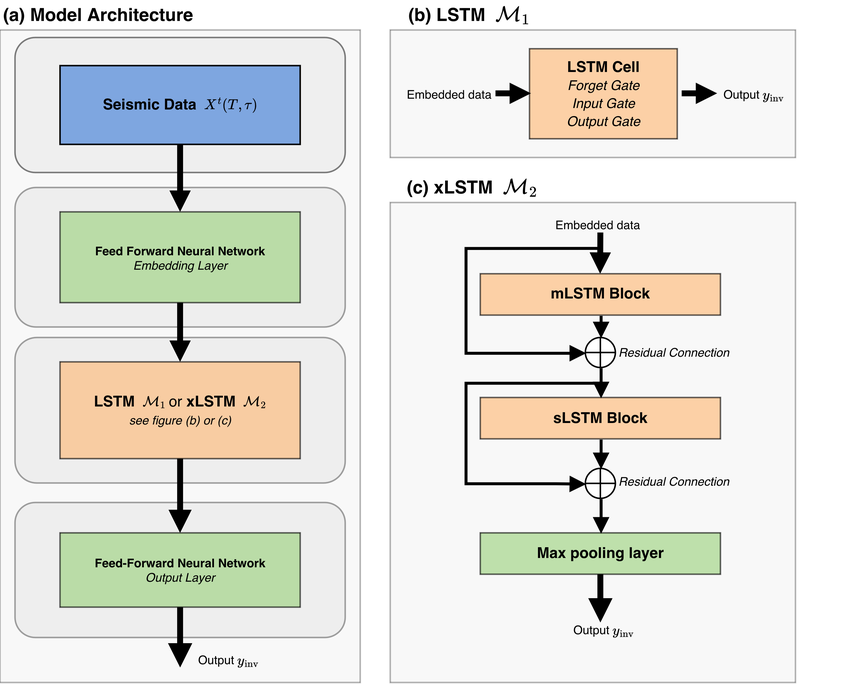
This is figures_rm/Figure-3.png from Kshitij301199/Impact_Force_Inversion, a draw.io export, as it was before one commit. Source tidied: cells renumbered, new cells last; positions are measured from the earlier drawing's top-left corner, leaving out a move shared by most shapes.
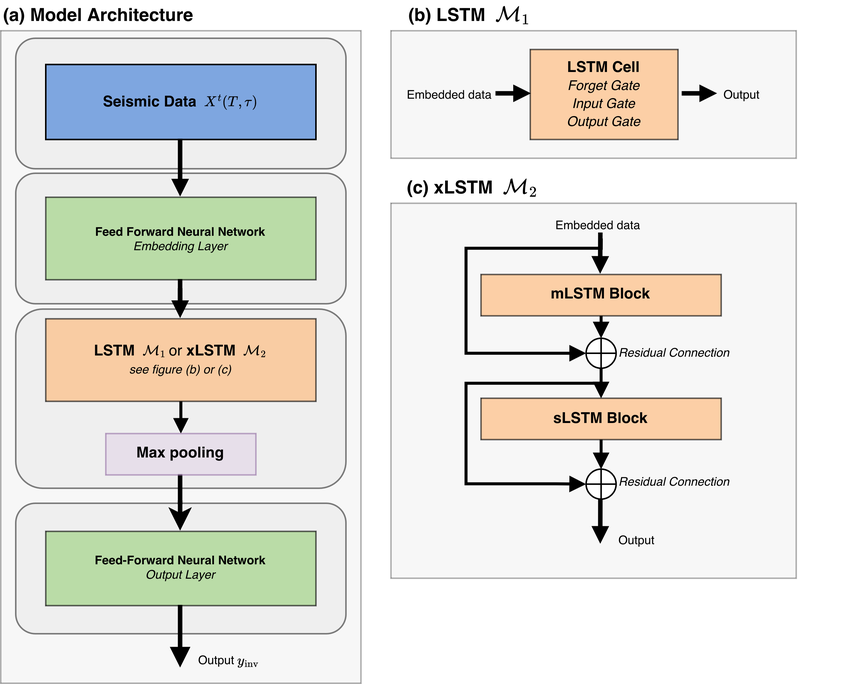
Above is the later version.

What changed in the source:
```diff
@@ -4,16 +4,22 @@
     <mxCell id="1" parent="0" />
+    <mxCell id="8" value="&lt;div style=&quot;&quot;&gt;&lt;br&gt;&lt;/div&gt;" style="rounded=0;whiteSpace=wrap;html=1;fillColor=#E6E6E6;strokeWidth=1;fontSize=10;strokeColor=#000000;align=center;imageHeight=50;opacity=30;" parent="1" vertex="1">
+      <mxGeometry x="260" y="20" width="270" height="85" as="geometry" />
+    </mxCell>
+    <mxCell id="46" value="&lt;div style=&quot;forced-color-adjust: none; orphans: 2; text-align: center; text-indent: 0px; widows: 2; text-decoration-thickness: initial; text-decoration-style: initial; text-decoration-color: initial; color: rgb(0, 0, 0);&quot;&gt;&lt;span style=&quot;font-size: 8px; text-wrap-mode: nowrap;&quot;&gt;Embedded data&lt;/span&gt;&lt;/div&gt;" style="text;whiteSpace=wrap;html=1;" parent="1" vertex="1">
+      <mxGeometry x="268.9" y="47.5" width="80" height="30" as="geometry" />
+    </mxCell>
+    <mxCell id="5" value="&lt;div style=&quot;&quot;&gt;&lt;br&gt;&lt;/div&gt;" style="rounded=0;whiteSpace=wrap;html=1;fillColor=#E6E6E6;strokeWidth=1;fontSize=10;strokeColor=#000000;align=center;imageHeight=50;opacity=30;" parent="1" vertex="1">
+      <mxGeometry y="20" width="240" height="435" as="geometry" />
+    </mxCell>
     <mxCell id="2" value="&lt;div style=&quot;&quot;&gt;&lt;br&gt;&lt;/div&gt;" style="rounded=1;whiteSpace=wrap;html=1;fillColor=#E6E6E6;strokeWidth=1;fontSize=10;strokeColor=#000000;align=center;imageHeight=50;opacity=50;glass=0;" parent="1" vertex="1">
-      <mxGeometry x="10" y="335" width="220" height="90" as="geometry" />
+      <mxGeometry x="10" y="335" width="220" height="87" as="geometry" />
     </mxCell>
     <mxCell id="3" value="&lt;div style=&quot;&quot;&gt;&lt;br&gt;&lt;/div&gt;" style="rounded=1;whiteSpace=wrap;html=1;fillColor=#E6E6E6;strokeWidth=1;fontSize=10;strokeColor=#000000;align=center;imageHeight=50;opacity=50;glass=0;" parent="1" vertex="1">
-      <mxGeometry x="10" y="225" width="220" height="97" as="geometry" />
+      <mxGeometry x="10" y="205.6" width="220" height="119.4" as="geometry" />
     </mxCell>
     <mxCell id="4" value="&lt;div style=&quot;&quot;&gt;&lt;br&gt;&lt;/div&gt;" style="rounded=1;whiteSpace=wrap;html=1;fillColor=#E6E6E6;strokeWidth=1;fontSize=10;strokeColor=#000000;align=center;imageHeight=50;opacity=50;glass=0;" parent="1" vertex="1">
-      <mxGeometry x="10" y="125" width="220" height="93" as="geometry" />
+      <mxGeometry x="10" y="115" width="220" height="87" as="geometry" />
     </mxCell>
-    <mxCell id="5" value="&lt;div style=&quot;&quot;&gt;&lt;br&gt;&lt;/div&gt;" style="rounded=0;whiteSpace=wrap;html=1;fillColor=#E6E6E6;strokeWidth=1;fontSize=10;strokeColor=#000000;align=center;imageHeight=50;opacity=30;" parent="1" vertex="1">
-      <mxGeometry y="20" width="240" height="435" as="geometry" />
-    </mxCell>
     <mxCell id="6" value="&lt;div style=&quot;&quot;&gt;&lt;br&gt;&lt;/div&gt;" style="rounded=1;whiteSpace=wrap;html=1;fillColor=#E6E6E6;strokeWidth=1;fontSize=10;strokeColor=#000000;align=center;imageHeight=50;opacity=50;" parent="1" vertex="1">
-      <mxGeometry x="10" y="25" width="220" height="90" as="geometry" />
+      <mxGeometry x="10" y="25" width="220" height="87" as="geometry" />
     </mxCell>
@@ -22,7 +28,4 @@
     </mxCell>
-    <mxCell id="8" value="&lt;div style=&quot;&quot;&gt;&lt;br&gt;&lt;/div&gt;" style="rounded=0;whiteSpace=wrap;html=1;fillColor=#E6E6E6;strokeWidth=1;fontSize=10;strokeColor=#000000;align=center;imageHeight=50;opacity=30;" parent="1" vertex="1">
-      <mxGeometry x="260" y="20" width="270" height="85" as="geometry" />
-    </mxCell>
     <mxCell id="9" value="&lt;div style=&quot;forced-color-adjust: none; color: rgb(0, 0, 0); font-family: Helvetica; font-size: 8px; font-style: normal; font-variant-ligatures: normal; font-variant-caps: normal; font-weight: 400; letter-spacing: normal; orphans: 2; text-align: center; text-indent: 0px; text-transform: none; widows: 2; word-spacing: 0px; -webkit-text-stroke-width: 0px; white-space: normal; background-color: rgb(236, 236, 236); text-decoration-thickness: initial; text-decoration-style: initial; text-decoration-color: initial;&quot;&gt;&lt;br&gt;&lt;/div&gt;" style="rounded=0;whiteSpace=wrap;html=1;fillColor=#E6E6E6;strokeWidth=1;fontSize=10;strokeColor=#000000;align=center;imageHeight=50;opacity=30;" parent="1" vertex="1">
-      <mxGeometry x="260" y="135" width="270" height="320" as="geometry" />
+      <mxGeometry x="260" y="135" width="270" height="250" as="geometry" />
     </mxCell>
@@ -35,14 +38,14 @@
     <mxCell id="12" value="&lt;div style=&quot;&quot;&gt;&lt;b&gt;&lt;font&gt;Seismic Data&amp;nbsp;&lt;/font&gt;&lt;span style=&quot;font-size: 8px; text-wrap-mode: nowrap; background-color: transparent; color: light-dark(rgb(0, 0, 0), rgb(255, 255, 255));&quot;&gt;&amp;nbsp;&lt;/span&gt;&lt;span style=&quot;font-size: 8px; text-wrap-mode: nowrap; background-color: transparent; color: light-dark(rgb(0, 0, 0), rgb(255, 255, 255));&quot;&gt;\( X^t(T, \tau) \)&lt;/span&gt;&lt;/b&gt;&lt;/div&gt;" style="rounded=0;whiteSpace=wrap;html=1;fillColor=#7EA6E0;strokeWidth=1;fontSize=10;strokeColor=#000000;align=center;imageHeight=50;" parent="1" vertex="1">
-      <mxGeometry x="40" y="43.8" width="160" height="52.5" as="geometry" />
+      <mxGeometry x="30" y="42.5" width="180" height="50" as="geometry" />
     </mxCell>
     <mxCell id="13" value="&lt;div&gt;&lt;b&gt;Feed Forward Neural Network&lt;/b&gt;&lt;/div&gt;&lt;div&gt;&lt;i&gt;Embedding Layer&lt;/i&gt;&lt;/div&gt;" style="text;html=1;whiteSpace=wrap;align=center;verticalAlign=middle;rounded=0;fontFamily=Helvetica;fontSize=8;strokeColor=default;fillColor=#97D077;opacity=60;shadow=0;" parent="1" vertex="1">
-      <mxGeometry x="40" y="141.2" width="160" height="60.5" as="geometry" />
+      <mxGeometry x="30" y="131" width="180" height="55" as="geometry" />
     </mxCell>
     <mxCell id="14" value="&lt;div style=&quot;&quot;&gt;&lt;div style=&quot;&quot;&gt;&lt;font style=&quot;font-size: 10px;&quot;&gt;&lt;b&gt;LSTM&lt;/b&gt;&amp;nbsp;&lt;/font&gt;&lt;span style=&quot;color: light-dark(rgb(0, 0, 0), rgb(255, 255, 255)); text-wrap-mode: nowrap; background-color: transparent;&quot;&gt;&amp;nbsp;&lt;/span&gt;&lt;span style=&quot;color: light-dark(rgb(0, 0, 0), rgb(255, 255, 255)); text-wrap-mode: nowrap; background-color: transparent;&quot;&gt;\( \mathcal{M}_1\)&amp;nbsp;&lt;/span&gt;&lt;span style=&quot;font-size: 10px;&quot;&gt;or&amp;nbsp;&lt;/span&gt;&lt;font style=&quot;font-size: 10px;&quot;&gt;&lt;b&gt;xLSTM&lt;/b&gt;&amp;nbsp;&lt;/font&gt;&lt;span style=&quot;color: light-dark(rgb(0, 0, 0), rgb(255, 255, 255)); text-wrap-mode: nowrap; background-color: transparent;&quot;&gt;&amp;nbsp;&lt;/span&gt;&lt;span style=&quot;color: light-dark(rgb(0, 0, 0), rgb(255, 255, 255)); text-wrap-mode: nowrap; background-color: transparent;&quot;&gt;\( \mathcal{M}_2\)&lt;/span&gt;&lt;/div&gt;&lt;div style=&quot;&quot;&gt;&lt;span style=&quot;color: light-dark(rgb(0, 0, 0), rgb(255, 255, 255)); text-wrap-mode: nowrap; background-color: transparent;&quot;&gt;&lt;i&gt;see figure (b) or (c)&lt;/i&gt;&lt;/span&gt;&lt;span style=&quot;font-size: 10px;&quot;&gt;&lt;/span&gt;&lt;/div&gt;&lt;/div&gt;" style="text;html=1;whiteSpace=wrap;align=center;verticalAlign=middle;rounded=0;fontFamily=Helvetica;fontSize=8;strokeColor=default;fillColor=#FFB570;opacity=60;shadow=0;" parent="1" vertex="1">
-      <mxGeometry x="40" y="241.2" width="160" height="64.5" as="geometry" />
+      <mxGeometry x="30" y="212.1" width="180" height="55" as="geometry" />
     </mxCell>
     <mxCell id="15" value="&lt;div style=&quot;&quot;&gt;&lt;div style=&quot;&quot;&gt;&lt;b&gt;&lt;span style=&quot;text-wrap-mode: nowrap;&quot;&gt;Feed-Forward&amp;nbsp;Neural Network&lt;/span&gt;&lt;/b&gt;&lt;/div&gt;&lt;div style=&quot;&quot;&gt;&lt;i&gt;Output Layer&lt;/i&gt;&lt;/div&gt;&lt;/div&gt;" style="text;html=1;whiteSpace=wrap;align=center;verticalAlign=middle;rounded=0;fontFamily=Helvetica;fontSize=8;strokeColor=default;fillColor=#97D077;opacity=60;shadow=0;" parent="1" vertex="1">
-      <mxGeometry x="40" y="355.2" width="160" height="49.5" as="geometry" />
+      <mxGeometry x="30" y="353.8" width="180" height="49.5" as="geometry" />
     </mxCell>
-    <mxCell id="16" style="edgeStyle=orthogonalEdgeStyle;rounded=0;jettySize=auto;html=1;fontFamily=Helvetica;fontSize=10;fontColor=default;strokeWidth=3.937;endArrow=block;endFill=1;jumpSize=2;strokeColor=#000000;curved=0;startSize=3.937;endSize=3.937;exitX=0.5;exitY=1;exitDx=0;exitDy=0;" parent="1" edge="1" source="13" target="14">
+    <mxCell id="16" style="edgeStyle=orthogonalEdgeStyle;rounded=0;jettySize=auto;html=1;fontFamily=Helvetica;fontSize=10;fontColor=default;strokeWidth=3;endArrow=block;endFill=1;jumpSize=2;strokeColor=#000000;curved=0;startSize=3.937;endSize=3.937;exitX=0.5;exitY=1;exitDx=0;exitDy=0;" parent="1" edge="1" source="13" target="14">
       <mxGeometry relative="1" as="geometry" />
@@ -54,3 +57,3 @@
     </mxCell>
-    <mxCell id="18" style="edgeStyle=orthogonalEdgeStyle;rounded=0;jettySize=auto;html=1;fontFamily=Helvetica;fontSize=10;fontColor=default;strokeWidth=3.937;endArrow=block;endFill=1;jumpSize=2;strokeColor=#000000;exitX=0.5;exitY=1;exitDx=0;exitDy=0;curved=0;startSize=3.937;endSize=3.937;entryX=0.5;entryY=0;entryDx=0;entryDy=0;" parent="1" edge="1" source="12" target="13">
+    <mxCell id="18" style="edgeStyle=orthogonalEdgeStyle;rounded=0;jettySize=auto;html=1;fontFamily=Helvetica;fontSize=10;fontColor=default;strokeWidth=3;endArrow=block;endFill=1;jumpSize=2;strokeColor=#000000;exitX=0.5;exitY=1;exitDx=0;exitDy=0;curved=0;startSize=3.937;endSize=3.937;entryX=0.5;entryY=0;entryDx=0;entryDy=0;" parent="1" edge="1" source="12" target="13">
       <mxGeometry relative="1" as="geometry" />
@@ -62,3 +65,3 @@
     </mxCell>
-    <mxCell id="20" style="edgeStyle=orthogonalEdgeStyle;rounded=0;jettySize=auto;html=1;fontFamily=Helvetica;fontSize=10;fontColor=default;strokeWidth=3.937;endArrow=block;endFill=1;jumpSize=2;strokeColor=#000000;curved=0;startSize=1.9685;endSize=5.1181;entryX=0.5;entryY=0;entryDx=0;entryDy=0;exitX=0.5;exitY=1;exitDx=0;exitDy=0;" parent="1" edge="1" source="14" target="15">
+    <mxCell id="20" style="edgeStyle=orthogonalEdgeStyle;rounded=0;jettySize=auto;html=1;fontFamily=Helvetica;fontSize=10;fontColor=default;strokeWidth=2;endArrow=block;endFill=1;jumpSize=2;strokeColor=#000000;curved=0;startSize=1.9685;endSize=5.1181;exitX=0.5;exitY=1;exitDx=0;exitDy=0;entryX=0.5;entryY=0;entryDx=0;entryDy=0;" parent="1" edge="1" source="14" target="24">
       <mxGeometry relative="1" as="geometry" />
@@ -76,4 +79,7 @@
     </mxCell>
+    <mxCell id="59" style="edgeStyle=orthogonalEdgeStyle;rounded=0;jettySize=auto;html=1;entryX=0.5;entryY=0;entryDx=0;entryDy=0;strokeWidth=3;" parent="1" edge="1" source="24" target="15">
+      <mxGeometry relative="1" as="geometry" />
+    </mxCell>
-    <mxCell id="24" value="&lt;div style=&quot;&quot;&gt;&lt;b&gt;Max pooling&lt;/b&gt;&lt;b&gt;&amp;nbsp;layer&lt;/b&gt;&lt;/div&gt;" style="rounded=0;whiteSpace=wrap;html=1;fillColor=light-dark(#97D077,#7E3F03);strokeWidth=1;fontSize=10;strokeColor=#000000;align=center;imageHeight=50;opacity=60;" parent="1" vertex="1">
-      <mxGeometry x="320" y="355.2" width="160" height="27.6" as="geometry" />
+    <mxCell id="24" value="&lt;div style=&quot;&quot;&gt;&lt;b&gt;Max pooling&lt;/b&gt;&lt;/div&gt;" style="rounded=0;whiteSpace=wrap;html=1;fillColor=#e1d5e7;strokeWidth=1;fontSize=10;strokeColor=#9673a6;align=center;imageHeight=50;opacity=60;" parent="1" vertex="1">
+      <mxGeometry x="70" y="288.6" width="100" height="27.6" as="geometry" />
     </mxCell>
@@ -82,16 +88,3 @@
     </mxCell>
-    <mxCell id="26" style="edgeStyle=orthogonalEdgeStyle;rounded=0;jettySize=auto;html=1;fontFamily=Helvetica;fontSize=10;fontColor=default;strokeWidth=3.937;endArrow=block;endFill=1;jumpSize=2;strokeColor=#000000;curved=0;startSize=3.937;endSize=5.9055;exitX=0.5;exitY=1;exitDx=0;exitDy=0;" parent="1" edge="1" source="24">
-      <mxGeometry relative="1" as="geometry">
-        <mxPoint x="400" y="415" as="targetPoint" />
-        <Array as="points">
-          <mxPoint x="400" y="415" />
-        </Array>
-      </mxGeometry>
-    </mxCell>
-    <mxCell id="27" style="edgeLabel;html=1;align=center;verticalAlign=middle;rounded=0;strokeColor=#000000;strokeWidth=1;fontFamily=Helvetica;fontSize=10;fontColor=default;fillColor=#B9E0A5;" parent="26" vertex="1">
-      <mxGeometry x="0.23" y="-2" relative="1" as="geometry">
-        <mxPoint x="-35" y="-22" as="offset" />
-      </mxGeometry>
-    </mxCell>
-    <mxCell id="28" style="edgeStyle=orthogonalEdgeStyle;rounded=0;orthogonalLoop=1;jettySize=auto;html=1;fontFamily=Helvetica;fontSize=10;fontColor=default;strokeWidth=3.937;endArrow=block;endFill=1;jumpSize=2;strokeColor=#000000;curved=0;startSize=3.937;endSize=3.937;entryX=0.5;entryY=0;entryDx=0;entryDy=0;" parent="1" edge="1">
+    <mxCell id="28" style="edgeStyle=orthogonalEdgeStyle;rounded=0;orthogonalLoop=1;jettySize=auto;html=1;fontFamily=Helvetica;fontSize=10;fontColor=default;strokeWidth=3;endArrow=block;endFill=1;jumpSize=2;strokeColor=#000000;curved=0;startSize=3.937;endSize=3.937;entryX=0.5;entryY=0;entryDx=0;entryDy=0;" parent="1" edge="1">
       <mxGeometry relative="1" as="geometry">
@@ -106,3 +99,3 @@
     </mxCell>
-    <mxCell id="30" style="edgeStyle=orthogonalEdgeStyle;rounded=0;jettySize=auto;html=1;fontFamily=Helvetica;fontSize=10;fontColor=default;strokeWidth=1.9685;endArrow=block;endFill=1;jumpSize=2;strokeColor=#000000;curved=0;startSize=3.1496;endSize=5.9055;entryX=0;entryY=0.5;entryDx=0;entryDy=0;exitX=0.519;exitY=0.094;exitDx=0;exitDy=0;exitPerimeter=0;" parent="1" edge="1" source="9" target="25">
+    <mxCell id="30" style="edgeStyle=orthogonalEdgeStyle;rounded=0;jettySize=auto;html=1;fontFamily=Helvetica;fontSize=10;fontColor=default;strokeWidth=2;endArrow=block;endFill=1;jumpSize=2;strokeColor=#000000;curved=0;startSize=3.1496;endSize=5.9055;entryX=0;entryY=0.5;entryDx=0;entryDy=0;exitX=0.519;exitY=0.094;exitDx=0;exitDy=0;exitPerimeter=0;" parent="1" edge="1" source="9" target="25">
       <mxGeometry relative="1" as="geometry">
@@ -141,3 +134,3 @@
     </mxCell>
-    <mxCell id="38" style="edgeStyle=orthogonalEdgeStyle;rounded=0;jettySize=auto;html=1;fontFamily=Helvetica;fontSize=10;fontColor=default;strokeWidth=1.9685;endArrow=block;endFill=1;jumpSize=2;strokeColor=#000000;curved=0;startSize=3.1496;endSize=5.9055;entryX=0;entryY=0.5;entryDx=0;entryDy=0;" parent="1" edge="1" target="37">
+    <mxCell id="38" style="edgeStyle=orthogonalEdgeStyle;rounded=0;jettySize=auto;html=1;fontFamily=Helvetica;fontSize=10;fontColor=default;strokeWidth=2;endArrow=block;endFill=1;jumpSize=2;strokeColor=#000000;curved=0;startSize=3.1496;endSize=5.9055;entryX=0;entryY=0.5;entryDx=0;entryDy=0;" parent="1" edge="1" target="37">
       <mxGeometry relative="1" as="geometry">
@@ -162,4 +155,4 @@
     </mxCell>
-    <mxCell id="42" value="&lt;div style=&quot;forced-color-adjust: none; orphans: 2; text-align: center; text-indent: 0px; widows: 2; text-decoration-thickness: initial; text-decoration-style: initial; text-decoration-color: initial; color: rgb(0, 0, 0);&quot;&gt;&lt;span style=&quot;text-wrap-mode: nowrap; font-size: 8px;&quot;&gt;Output&amp;nbsp;&lt;/span&gt;&lt;span style=&quot;color: light-dark(rgb(0, 0, 0), rgb(255, 255, 255)); text-wrap-mode: nowrap; background-color: transparent; font-size: 8px;&quot;&gt;\( y_{\mathrm{inv}} \)&lt;/span&gt;&lt;/div&gt;" style="text;whiteSpace=wrap;html=1;" parent="1" vertex="1">
-      <mxGeometry x="380" y="404.8" width="80" height="30" as="geometry" />
+    <mxCell id="42" value="&lt;div style=&quot;forced-color-adjust: none; text-align: center; text-indent: 0px; text-decoration-thickness: initial; text-decoration-style: initial; text-decoration-color: initial; color: rgb(0, 0, 0);&quot;&gt;&lt;span style=&quot;text-wrap-mode: nowrap; font-size: 8px;&quot;&gt;Output&lt;/span&gt;&lt;/div&gt;" style="text;whiteSpace=wrap;html=1;" parent="1" vertex="1">
+      <mxGeometry x="410" y="345" width="80" height="30" as="geometry" />
     </mxCell>
@@ -168,3 +161,3 @@
     </mxCell>
-    <mxCell id="44" style="edgeStyle=orthogonalEdgeStyle;rounded=0;orthogonalLoop=1;jettySize=auto;html=1;fontFamily=Helvetica;fontSize=10;fontColor=default;strokeWidth=3.937;endArrow=block;endFill=1;jumpSize=2;strokeColor=#000000;curved=0;startSize=3.937;endSize=3.937;entryX=0.5;entryY=0;entryDx=0;entryDy=0;exitX=0.5;exitY=0;exitDx=0;exitDy=0;" parent="1" edge="1">
+    <mxCell id="44" style="edgeStyle=orthogonalEdgeStyle;rounded=0;orthogonalLoop=1;jettySize=auto;html=1;fontFamily=Helvetica;fontSize=10;fontColor=default;strokeWidth=3;endArrow=block;endFill=1;jumpSize=2;strokeColor=#000000;curved=0;startSize=3.937;endSize=3.937;entryX=0.5;entryY=0;entryDx=0;entryDy=0;exitX=0.5;exitY=0;exitDx=0;exitDy=0;" parent="1" edge="1">
       <mxGeometry relative="1" as="geometry">
@@ -179,9 +172,6 @@
     </mxCell>
-    <mxCell id="46" value="&lt;div style=&quot;forced-color-adjust: none; orphans: 2; text-align: center; text-indent: 0px; widows: 2; text-decoration-thickness: initial; text-decoration-style: initial; text-decoration-color: initial; color: rgb(0, 0, 0);&quot;&gt;&lt;span style=&quot;font-size: 8px; text-wrap-mode: nowrap;&quot;&gt;Embedded data&lt;/span&gt;&lt;/div&gt;" style="text;whiteSpace=wrap;html=1;" parent="1" vertex="1">
-      <mxGeometry x="268.9" y="47.5" width="80" height="30" as="geometry" />
-    </mxCell>
-    <mxCell id="47" value="&lt;div style=&quot;forced-color-adjust: none; orphans: 2; text-align: center; text-indent: 0px; widows: 2; text-decoration-thickness: initial; text-decoration-style: initial; text-decoration-color: initial; color: rgb(0, 0, 0);&quot;&gt;&lt;span style=&quot;text-wrap-mode: nowrap; font-size: 8px;&quot;&gt;Output&amp;nbsp;&lt;/span&gt;&lt;span style=&quot;color: light-dark(rgb(0, 0, 0), rgb(255, 255, 255)); text-wrap-mode: nowrap; background-color: transparent; font-size: 8px;&quot;&gt;\( y_{\mathrm{inv}} \)&lt;/span&gt;&lt;/div&gt;" style="text;whiteSpace=wrap;html=1;" parent="1" vertex="1">
+    <mxCell id="47" value="&lt;div style=&quot;forced-color-adjust: none; text-align: center; text-indent: 0px; text-decoration-thickness: initial; text-decoration-style: initial; text-decoration-color: initial; color: rgb(0, 0, 0);&quot;&gt;&lt;span style=&quot;text-wrap-mode: nowrap; font-size: 8px;&quot;&gt;Output&lt;/span&gt;&lt;/div&gt;" style="text;whiteSpace=wrap;html=1;" parent="1" vertex="1">
       <mxGeometry x="480" y="47.5" width="80" height="30" as="geometry" />
     </mxCell>
-    <mxCell id="48" style="edgeStyle=orthogonalEdgeStyle;rounded=0;jettySize=auto;html=1;fontFamily=Helvetica;fontSize=10;fontColor=default;strokeWidth=3.937;endArrow=block;endFill=1;jumpSize=2;strokeColor=#000000;curved=0;startSize=3.937;endSize=5.9055;exitX=0.5;exitY=1;exitDx=0;exitDy=0;" parent="1" edge="1" source="15">
+    <mxCell id="48" style="edgeStyle=orthogonalEdgeStyle;rounded=0;jettySize=auto;html=1;fontFamily=Helvetica;fontSize=10;fontColor=default;strokeWidth=3;endArrow=block;endFill=1;jumpSize=2;strokeColor=#000000;curved=0;startSize=3.937;endSize=5.9055;exitX=0.5;exitY=1;exitDx=0;exitDy=0;" parent="1" edge="1" source="15">
       <mxGeometry relative="1" as="geometry">
@@ -198,3 +188,3 @@
     </mxCell>
-    <mxCell id="51" style="edgeStyle=orthogonalEdgeStyle;rounded=0;orthogonalLoop=1;jettySize=auto;html=1;fontFamily=Helvetica;fontSize=10;fontColor=default;strokeWidth=3.937;endArrow=block;endFill=1;jumpSize=2;strokeColor=#000000;curved=0;startSize=3.937;endSize=3.937;entryX=0.5;entryY=0;entryDx=0;entryDy=0;exitX=0.5;exitY=0;exitDx=0;exitDy=0;" parent="1" edge="1">
+    <mxCell id="51" style="edgeStyle=orthogonalEdgeStyle;rounded=0;orthogonalLoop=1;jettySize=auto;html=1;fontFamily=Helvetica;fontSize=10;fontColor=default;strokeWidth=3;endArrow=block;endFill=1;jumpSize=2;strokeColor=#000000;curved=0;startSize=3.937;endSize=3.937;entryX=0.5;entryY=0;entryDx=0;entryDy=0;exitX=0.5;exitY=0;exitDx=0;exitDy=0;" parent="1" edge="1">
       <mxGeometry relative="1" as="geometry">
@@ -220,10 +210,12 @@
     </mxCell>
-    <mxCell id="56" style="edgeStyle=orthogonalEdgeStyle;rounded=0;jettySize=auto;html=1;fontFamily=Helvetica;fontSize=10;fontColor=default;strokeWidth=1.9685;endArrow=block;endFill=1;jumpSize=2;strokeColor=#000000;curved=0;startSize=3.1496;endSize=5.9055;entryX=0.5;entryY=0;entryDx=0;entryDy=0;exitX=0.5;exitY=1;exitDx=0;exitDy=0;" parent="1" edge="1" source="37" target="24">
-      <mxGeometry relative="1" as="geometry" />
-    </mxCell>
-    <mxCell id="57" style="edgeLabel;html=1;align=center;verticalAlign=middle;rounded=0;strokeColor=#000000;strokeWidth=1;fontFamily=Helvetica;fontSize=10;fontColor=default;fillColor=#B9E0A5;" parent="56" vertex="1">
-      <mxGeometry x="0.23" y="-2" relative="1" as="geometry">
-        <mxPoint x="-35" y="-22" as="offset" />
-      </mxGeometry>
-    </mxCell>
+    <mxCell id="60" style="edgeStyle=orthogonalEdgeStyle;rounded=0;jettySize=auto;html=1;fontFamily=Helvetica;fontSize=10;fontColor=default;strokeWidth=3;endArrow=block;endFill=1;jumpSize=2;strokeColor=#000000;curved=0;startSize=3.937;endSize=3.937;entryX=0.5;entryY=0;entryDx=0;entryDy=0;exitX=0.5;exitY=1;exitDx=0;exitDy=0;" parent="1" edge="1" source="37">
+      <mxGeometry relative="1" as="geometry">
+        <mxPoint x="399.9" y="362.5" as="targetPoint" />
+      </mxGeometry>
+    </mxCell>
+    <mxCell id="61" style="edgeLabel;html=1;align=center;verticalAlign=middle;rounded=0;strokeColor=#000000;strokeWidth=1;fontFamily=Helvetica;fontSize=10;fontColor=default;fillColor=#B9E0A5;" parent="60" vertex="1">
+      <mxGeometry x="0.23" y="-2" relative="1" as="geometry">
+        <mxPoint x="-35" y="-22" as="offset" />
+      </mxGeometry>
+    </mxCell>
     <mxCell id="58" value="process1" parent="0" />
```
